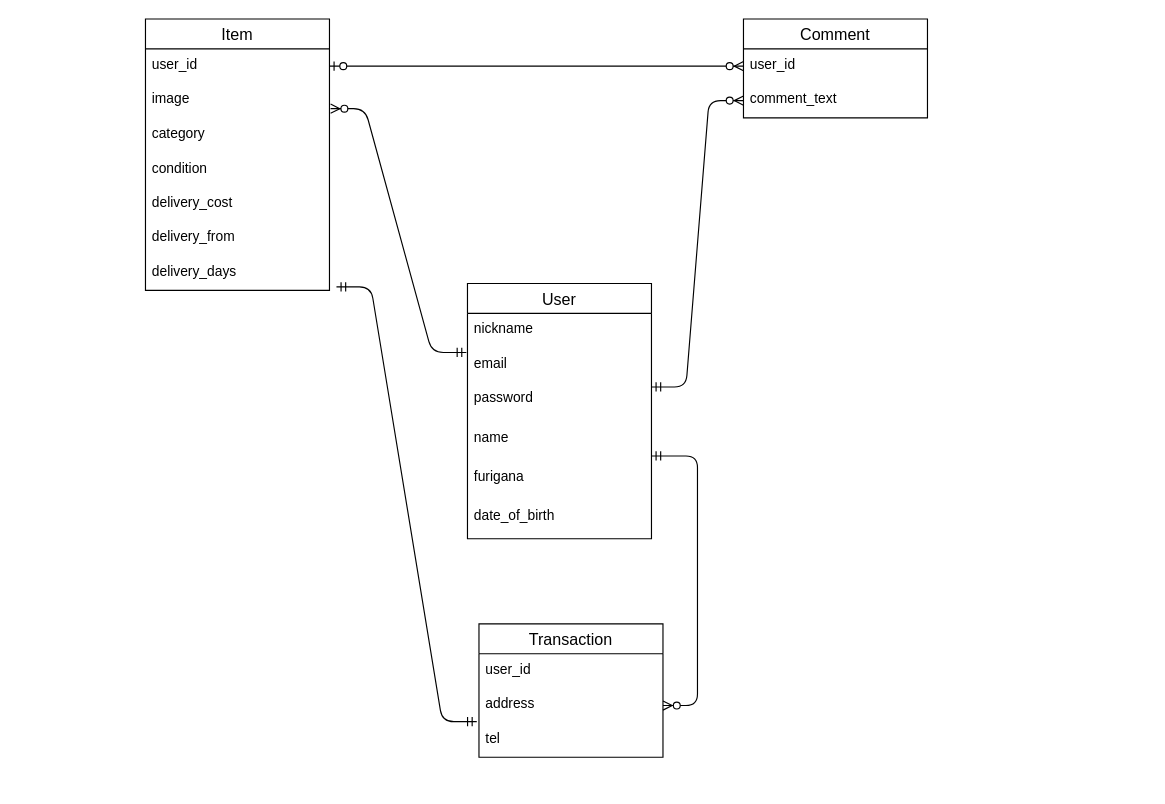
The draw.io diagram test.dio in sohmama/furima-30978, before the edit. Source tidied: cells renumbered, new cells numbered last; positions are measured from the earlier drawing's top-left corner, leaving out a move shared by most shapes. Both pictures are drawn from the tidied source at 115%, with x=0, y=0 at pixel (145, 18).
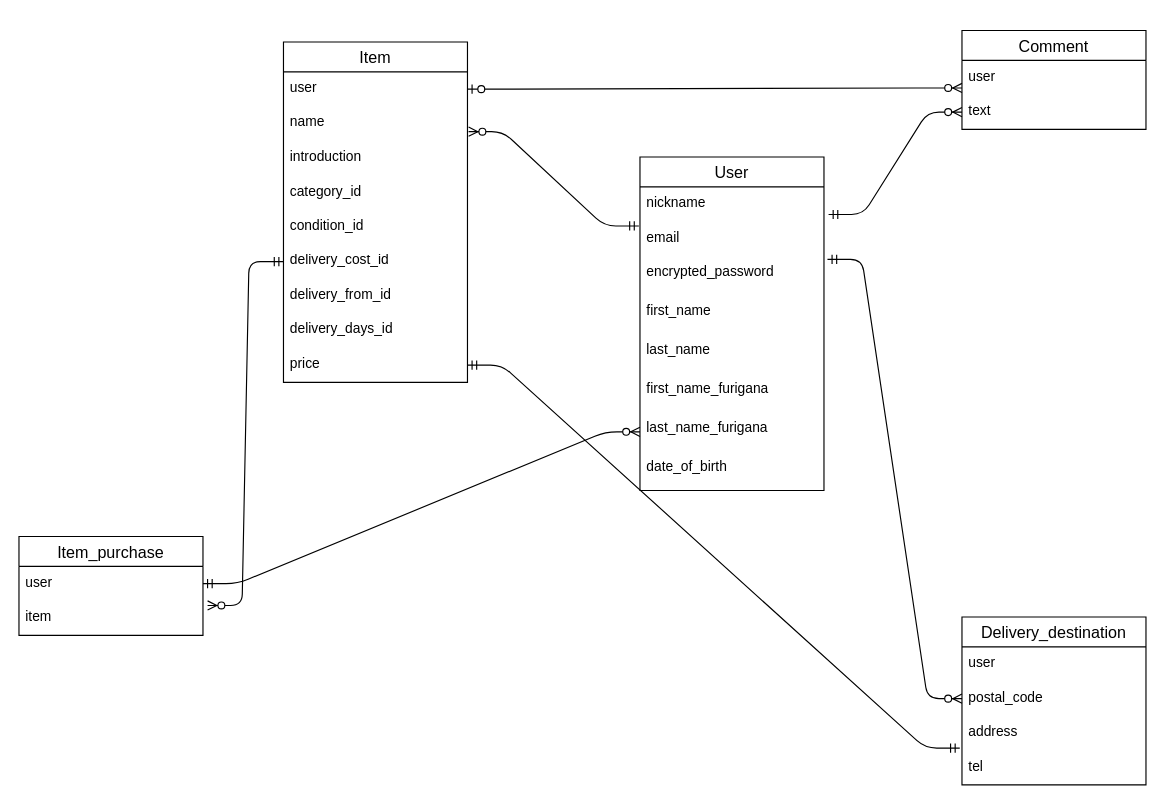
The same page after the edit.

Commit message (it also covers changes not shown here):
レビューに基づく修正

The change refers to these unchanged cells:
```xml
<mxCell id="3" value="nickname" style="text;strokeColor=none;fillColor=none;spacingLeft=4;spacingRight=4;overflow=hidden;points=[[0,0.5],[1,0.5]];portConstraint=eastwest;fontSize=12;" parent="2" vertex="1">
  <mxGeometry y="26" width="160" height="30" as="geometry" />
</mxCell>
```

Change to the diagram source:
```diff
@@
     <mxCell id="2" value="User" style="swimlane;fontStyle=0;horizontal=1;startSize=26;align=center;fontSize=14;rounded=0;sketch=0;" parent="1" vertex="1">
-      <mxGeometry x="280" y="230" width="160" height="222" as="geometry" />
+      <mxGeometry x="430" y="120" width="160" height="290" as="geometry" />
     </mxCell>
@@
-    <mxCell id="5" value="password&#10;&#10;" style="text;strokeColor=none;fillColor=none;spacingLeft=4;spacingRight=4;overflow=hidden;points=[[0,0.5],[1,0.5]];portConstraint=eastwest;fontSize=12;" parent="2" vertex="1">
+    <mxCell id="5" value="encrypted_password&#10;&#10;" style="text;strokeColor=none;fillColor=none;spacingLeft=4;spacingRight=4;overflow=hidden;points=[[0,0.5],[1,0.5]];portConstraint=eastwest;fontSize=12;" parent="2" vertex="1">
       <mxGeometry y="86" width="160" height="34" as="geometry" />
     </mxCell>
-    <mxCell id="6" value="name&#10;&#10;" style="text;strokeColor=none;fillColor=none;spacingLeft=4;spacingRight=4;overflow=hidden;fontSize=12;" parent="2" vertex="1">
+    <mxCell id="6" value="first_name&#10;&#10;" style="text;strokeColor=none;fillColor=none;spacingLeft=4;spacingRight=4;overflow=hidden;fontSize=12;" parent="2" vertex="1">
       <mxGeometry y="120" width="160" height="34" as="geometry" />
     </mxCell>
-    <mxCell id="7" value="furigana" style="text;strokeColor=none;fillColor=none;spacingLeft=4;spacingRight=4;overflow=hidden;fontSize=12;" parent="2" vertex="1">
+    <mxCell id="7" value="last_name" style="text;strokeColor=none;fillColor=none;spacingLeft=4;spacingRight=4;overflow=hidden;fontSize=12;" parent="2" vertex="1">
       <mxGeometry y="154" width="160" height="34" as="geometry" />
     </mxCell>
-    <mxCell id="8" value="date_of_birth" style="text;strokeColor=none;fillColor=none;spacingLeft=4;spacingRight=4;overflow=hidden;fontSize=12;" parent="2" vertex="1">
+    <mxCell id="8" value="first_name_furigana" style="text;strokeColor=none;fillColor=none;spacingLeft=4;spacingRight=4;overflow=hidden;fontSize=12;" parent="2" vertex="1">
       <mxGeometry y="188" width="160" height="34" as="geometry" />
     </mxCell>
+    <mxCell id="29" value="last_name_furigana&#10;" style="text;strokeColor=none;fillColor=none;spacingLeft=4;spacingRight=4;overflow=hidden;points=[[0,0.5],[1,0.5]];portConstraint=eastwest;fontSize=12;" parent="2" vertex="1">
+      <mxGeometry y="222" width="160" height="34" as="geometry" />
+    </mxCell>
+    <mxCell id="30" value="date_of_birth" style="text;strokeColor=none;fillColor=none;spacingLeft=4;spacingRight=4;overflow=hidden;fontSize=12;" parent="2" vertex="1">
+      <mxGeometry y="256" width="160" height="34" as="geometry" />
+    </mxCell>
     <mxCell id="9" value="Item" style="swimlane;fontStyle=0;horizontal=1;startSize=26;align=center;fontSize=14;rounded=0;sketch=0;" parent="1" vertex="1">
-      <mxGeometry width="160" height="236" as="geometry" />
+      <mxGeometry x="120" y="20" width="160" height="296" as="geometry" />
     </mxCell>
-    <mxCell id="10" value="user_id&#10;" style="text;strokeColor=none;fillColor=none;spacingLeft=4;spacingRight=4;overflow=hidden;points=[[0,0.5],[1,0.5]];portConstraint=eastwest;fontSize=12;" parent="9" vertex="1">
+    <mxCell id="10" value="user&#10;" style="text;strokeColor=none;fillColor=none;spacingLeft=4;spacingRight=4;overflow=hidden;points=[[0,0.5],[1,0.5]];portConstraint=eastwest;fontSize=12;" parent="9" vertex="1">
       <mxGeometry y="26" width="160" height="30" as="geometry" />
     </mxCell>
-    <mxCell id="11" value="image&#10;" style="text;strokeColor=none;fillColor=none;spacingLeft=4;spacingRight=4;overflow=hidden;points=[[0,0.5],[1,0.5]];portConstraint=eastwest;fontSize=12;" parent="9" vertex="1">
+    <mxCell id="11" value="name" style="text;strokeColor=none;fillColor=none;spacingLeft=4;spacingRight=4;overflow=hidden;points=[[0,0.5],[1,0.5]];portConstraint=eastwest;fontSize=12;" parent="9" vertex="1">
       <mxGeometry y="56" width="160" height="30" as="geometry" />
     </mxCell>
-    <mxCell id="12" value="category" style="text;strokeColor=none;fillColor=none;spacingLeft=4;spacingRight=4;overflow=hidden;fontSize=12;" parent="9" vertex="1">
+    <mxCell id="12" value="introduction" style="text;strokeColor=none;fillColor=none;spacingLeft=4;spacingRight=4;overflow=hidden;fontSize=12;" parent="9" vertex="1">
       <mxGeometry y="86" width="160" height="30" as="geometry" />
     </mxCell>
-    <mxCell id="13" value="condition" style="text;strokeColor=none;fillColor=none;spacingLeft=4;spacingRight=4;overflow=hidden;fontSize=12;" parent="9" vertex="1">
+    <mxCell id="13" value="category_id" style="text;strokeColor=none;fillColor=none;spacingLeft=4;spacingRight=4;overflow=hidden;fontSize=12;" parent="9" vertex="1">
       <mxGeometry y="116" width="160" height="30" as="geometry" />
     </mxCell>
-    <mxCell id="14" value="delivery_cost" style="text;strokeColor=none;fillColor=none;spacingLeft=4;spacingRight=4;overflow=hidden;fontSize=12;" parent="9" vertex="1">
+    <mxCell id="14" value="condition_id" style="text;strokeColor=none;fillColor=none;spacingLeft=4;spacingRight=4;overflow=hidden;fontSize=12;" parent="9" vertex="1">
       <mxGeometry y="146" width="160" height="30" as="geometry" />
     </mxCell>
-    <mxCell id="15" value="delivery_from" style="text;strokeColor=none;fillColor=none;spacingLeft=4;spacingRight=4;overflow=hidden;points=[[0,0.5],[1,0.5]];portConstraint=eastwest;fontSize=12;" parent="9" vertex="1">
+    <mxCell id="15" value="delivery_cost_id" style="text;strokeColor=none;fillColor=none;spacingLeft=4;spacingRight=4;overflow=hidden;points=[[0,0.5],[1,0.5]];portConstraint=eastwest;fontSize=12;" parent="9" vertex="1">
       <mxGeometry y="176" width="160" height="30" as="geometry" />
     </mxCell>
-    <mxCell id="16" value="delivery_days" style="text;strokeColor=none;fillColor=none;spacingLeft=4;spacingRight=4;overflow=hidden;points=[[0,0.5],[1,0.5]];portConstraint=eastwest;fontSize=12;" parent="9" vertex="1">
+    <mxCell id="16" value="delivery_from_id" style="text;strokeColor=none;fillColor=none;spacingLeft=4;spacingRight=4;overflow=hidden;points=[[0,0.5],[1,0.5]];portConstraint=eastwest;fontSize=12;" parent="9" vertex="1">
       <mxGeometry y="206" width="160" height="30" as="geometry" />
     </mxCell>
+    <mxCell id="31" value="delivery_days_id" style="text;strokeColor=none;fillColor=none;spacingLeft=4;spacingRight=4;overflow=hidden;fontSize=12;" parent="9" vertex="1">
+      <mxGeometry y="236" width="160" height="30" as="geometry" />
+    </mxCell>
+    <mxCell id="32" value="price" style="text;strokeColor=none;fillColor=none;spacingLeft=4;spacingRight=4;overflow=hidden;points=[[0,0.5],[1,0.5]];portConstraint=eastwest;fontSize=12;" parent="9" vertex="1">
+      <mxGeometry y="266" width="160" height="30" as="geometry" />
+    </mxCell>
-    <mxCell id="17" value="Transaction" style="swimlane;fontStyle=0;horizontal=1;startSize=26;align=center;fontSize=14;rounded=0;sketch=0;" parent="1" vertex="1">
-      <mxGeometry x="290" y="526" width="160" height="116" as="geometry" />
+    <mxCell id="17" value="Delivery_destination" style="swimlane;fontStyle=0;horizontal=1;startSize=26;align=center;fontSize=14;rounded=0;sketch=0;" parent="1" vertex="1">
+      <mxGeometry x="710" y="520" width="160" height="146" as="geometry" />
     </mxCell>
-    <mxCell id="18" value="user_id" style="text;strokeColor=none;fillColor=none;spacingLeft=4;spacingRight=4;overflow=hidden;fontSize=12;" parent="17" vertex="1">
+    <mxCell id="18" value="user" style="text;strokeColor=none;fillColor=none;spacingLeft=4;spacingRight=4;overflow=hidden;fontSize=12;" parent="17" vertex="1">
       <mxGeometry y="26" width="160" height="30" as="geometry" />
     </mxCell>
-    <mxCell id="19" value="address" style="text;strokeColor=none;fillColor=none;spacingLeft=4;spacingRight=4;overflow=hidden;points=[[0,0.5],[1,0.5]];portConstraint=eastwest;fontSize=12;" parent="17" vertex="1">
+    <mxCell id="19" value="postal_code" style="text;strokeColor=none;fillColor=none;spacingLeft=4;spacingRight=4;overflow=hidden;points=[[0,0.5],[1,0.5]];portConstraint=eastwest;fontSize=12;" parent="17" vertex="1">
       <mxGeometry y="56" width="160" height="30" as="geometry" />
     </mxCell>
-    <mxCell id="20" value="tel" style="text;strokeColor=none;fillColor=none;spacingLeft=4;spacingRight=4;overflow=hidden;points=[[0,0.5],[1,0.5]];portConstraint=eastwest;fontSize=12;" parent="17" vertex="1">
+    <mxCell id="20" value="address" style="text;strokeColor=none;fillColor=none;spacingLeft=4;spacingRight=4;overflow=hidden;points=[[0,0.5],[1,0.5]];portConstraint=eastwest;fontSize=12;" parent="17" vertex="1">
       <mxGeometry y="86" width="160" height="30" as="geometry" />
     </mxCell>
+    <mxCell id="33" value="tel" style="text;strokeColor=none;fillColor=none;spacingLeft=4;spacingRight=4;overflow=hidden;fontSize=12;" parent="17" vertex="1">
+      <mxGeometry y="116" width="160" height="30" as="geometry" />
+    </mxCell>
@@
     <mxCell id="22" value="Comment" style="swimlane;fontStyle=0;horizontal=1;startSize=26;align=center;fontSize=14;rounded=0;sketch=0;" parent="1" vertex="1">
-      <mxGeometry x="520" width="160" height="86" as="geometry" />
+      <mxGeometry x="710" y="10" width="160" height="86" as="geometry" />
     </mxCell>
-    <mxCell id="23" value="user_id&#10;" style="text;strokeColor=none;fillColor=none;spacingLeft=4;spacingRight=4;overflow=hidden;fontSize=12;" parent="22" vertex="1">
+    <mxCell id="23" value="user" style="text;strokeColor=none;fillColor=none;spacingLeft=4;spacingRight=4;overflow=hidden;fontSize=12;" parent="22" vertex="1">
       <mxGeometry y="26" width="160" height="30" as="geometry" />
     </mxCell>
-    <mxCell id="24" value="comment_text" style="text;strokeColor=none;fillColor=none;spacingLeft=4;spacingRight=4;overflow=hidden;points=[[0,0.5],[1,0.5]];portConstraint=eastwest;fontSize=12;" parent="22" vertex="1">
+    <mxCell id="24" value="text" style="text;strokeColor=none;fillColor=none;spacingLeft=4;spacingRight=4;overflow=hidden;points=[[0,0.5],[1,0.5]];portConstraint=eastwest;fontSize=12;" parent="22" vertex="1">
       <mxGeometry y="56" width="160" height="30" as="geometry" />
     </mxCell>
-    <mxCell id="25" style="edgeStyle=entityRelationEdgeStyle;fontSize=12;html=1;endArrow=ERmandOne;startArrow=ERmandOne;exitX=-0.012;exitY=0.967;exitDx=0;exitDy=0;exitPerimeter=0;entryX=1.038;entryY=0.9;entryDx=0;entryDy=0;entryPerimeter=0;" parent="1" edge="1" source="19" target="16">
+    <mxCell id="25" style="edgeStyle=entityRelationEdgeStyle;fontSize=12;html=1;endArrow=ERmandOne;startArrow=ERmandOne;entryX=1;entryY=0.5;entryDx=0;entryDy=0;exitX=-0.012;exitY=0.933;exitDx=0;exitDy=0;exitPerimeter=0;" parent="1" edge="1" source="20" target="32">
       <mxGeometry relative="1" as="geometry" />
     </mxCell>
     <mxCell id="26" style="edgeStyle=entityRelationEdgeStyle;fontSize=12;html=1;endArrow=ERzeroToMany;startArrow=ERzeroToOne;exitX=1;exitY=0.5;exitDx=0;exitDy=0;" parent="1" edge="1" source="10">
       <mxGeometry relative="1" as="geometry">
-        <mxPoint x="520" y="41" as="targetPoint" />
+        <mxPoint x="710" y="60" as="targetPoint" />
       </mxGeometry>
     </mxCell>
-    <mxCell id="27" style="edgeStyle=entityRelationEdgeStyle;fontSize=12;html=1;endArrow=ERzeroToMany;startArrow=ERmandOne;entryX=0;entryY=0.5;entryDx=0;entryDy=0;" parent="1" edge="1" target="24">
-      <mxGeometry relative="1" as="geometry">
-        <mxPoint x="440" y="320" as="sourcePoint" />
-      </mxGeometry>
+    <mxCell id="27" style="edgeStyle=entityRelationEdgeStyle;fontSize=12;html=1;endArrow=ERzeroToMany;startArrow=ERmandOne;entryX=0;entryY=0.5;entryDx=0;entryDy=0;exitX=1.025;exitY=0.8;exitDx=0;exitDy=0;exitPerimeter=0;" parent="1" edge="1" source="3" target="24">
+      <mxGeometry relative="1" as="geometry" />
     </mxCell>
-    <mxCell id="28" style="edgeStyle=entityRelationEdgeStyle;fontSize=12;html=1;endArrow=ERzeroToMany;startArrow=ERmandOne;" parent="1" edge="1" target="19">
-      <mxGeometry relative="1" as="geometry">
-        <mxPoint x="440" y="380" as="sourcePoint" />
-      </mxGeometry>
+    <mxCell id="28" style="edgeStyle=entityRelationEdgeStyle;fontSize=12;html=1;endArrow=ERzeroToMany;startArrow=ERmandOne;exitX=1.019;exitY=0.088;exitDx=0;exitDy=0;exitPerimeter=0;" parent="1" edge="1" source="5" target="19">
+      <mxGeometry relative="1" as="geometry" />
     </mxCell>
+    <mxCell id="34" value="Item_purchase" style="swimlane;fontStyle=0;horizontal=1;startSize=26;align=center;fontSize=14;" parent="1" vertex="1">
+      <mxGeometry x="-110" y="450" width="160" height="86" as="geometry" />
+    </mxCell>
+    <mxCell id="35" value="user" style="text;strokeColor=none;fillColor=none;spacingLeft=4;spacingRight=4;overflow=hidden;points=[[0,0.5],[1,0.5]];portConstraint=eastwest;fontSize=12;" parent="34" vertex="1">
+      <mxGeometry y="26" width="160" height="30" as="geometry" />
+    </mxCell>
+    <mxCell id="36" value="item" style="text;strokeColor=none;fillColor=none;spacingLeft=4;spacingRight=4;overflow=hidden;fontSize=12;" parent="34" vertex="1">
+      <mxGeometry y="56" width="160" height="30" as="geometry" />
+    </mxCell>
+    <mxCell id="37" style="edgeStyle=entityRelationEdgeStyle;fontSize=12;html=1;endArrow=ERzeroToMany;startArrow=ERmandOne;exitX=0;exitY=0.5;exitDx=0;exitDy=0;entryX=1.025;entryY=1.133;entryDx=0;entryDy=0;entryPerimeter=0;" parent="1" edge="1" source="15" target="35">
+      <mxGeometry relative="1" as="geometry" />
+    </mxCell>
+    <mxCell id="38" style="edgeStyle=entityRelationEdgeStyle;fontSize=12;html=1;endArrow=ERzeroToMany;startArrow=ERmandOne;entryX=0;entryY=0.5;entryDx=0;entryDy=0;exitX=1;exitY=0.5;exitDx=0;exitDy=0;" parent="1" edge="1" source="35" target="29">
+      <mxGeometry relative="1" as="geometry" />
+    </mxCell>
```
